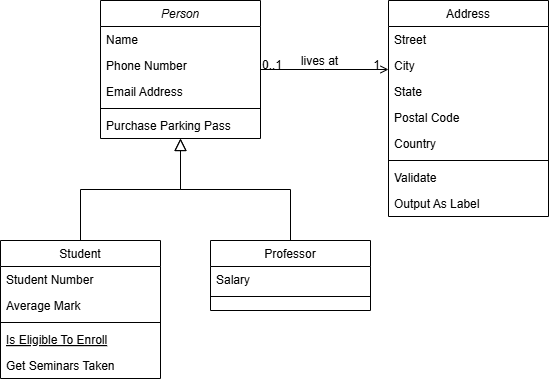
Earlier version of the draw.io export Trail.drawio.png (ravisankargv96/1.SpringWebApp). Source tidied: cells renumbered, new cells last; positions are measured from the earlier drawing's top-left corner, leaving out a move shared by most shapes.
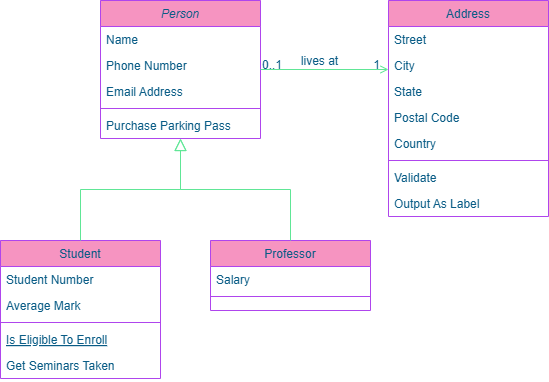
The same diagram one commit later.

Change to the diagram source:
```diff
@@ -2,100 +2,100 @@
   <root>
     <mxCell id="0" />
     <mxCell id="1" parent="0" />
-    <mxCell id="2" value="Person" style="swimlane;fontStyle=2;align=center;verticalAlign=top;horizontal=1;startSize=26;rounded=0;shadow=0;strokeWidth=1;" parent="1" vertex="1">
+    <mxCell id="2" value="Person" style="swimlane;fontStyle=2;align=center;verticalAlign=top;horizontal=1;startSize=26;rounded=0;shadow=0;strokeWidth=1;labelBackgroundColor=none;fillColor=#F694C1;strokeColor=#AF45ED;fontColor=#095C86;" parent="1" vertex="1">
       <mxGeometry x="100" width="160" height="138" as="geometry" />
     </mxCell>
-    <mxCell id="3" value="Name" style="text;align=left;verticalAlign=top;spacingLeft=4;spacingRight=4;overflow=hidden;" parent="2" vertex="1">
+    <mxCell id="3" value="Name" style="text;align=left;verticalAlign=top;spacingLeft=4;spacingRight=4;overflow=hidden;labelBackgroundColor=none;fontColor=#095C86;" parent="2" vertex="1">
       <mxGeometry y="26" width="160" height="26" as="geometry" />
     </mxCell>
-    <mxCell id="4" value="Phone Number" style="text;align=left;verticalAlign=top;spacingLeft=4;spacingRight=4;overflow=hidden;rounded=0;shadow=0;html=0;" parent="2" vertex="1">
+    <mxCell id="4" value="Phone Number" style="text;align=left;verticalAlign=top;spacingLeft=4;spacingRight=4;overflow=hidden;rounded=0;shadow=0;html=0;labelBackgroundColor=none;fontColor=#095C86;" parent="2" vertex="1">
       <mxGeometry y="52" width="160" height="26" as="geometry" />
     </mxCell>
-    <mxCell id="5" value="Email Address" style="text;align=left;verticalAlign=top;spacingLeft=4;spacingRight=4;overflow=hidden;rounded=0;shadow=0;html=0;" parent="2" vertex="1">
+    <mxCell id="5" value="Email Address" style="text;align=left;verticalAlign=top;spacingLeft=4;spacingRight=4;overflow=hidden;rounded=0;shadow=0;html=0;labelBackgroundColor=none;fontColor=#095C86;" parent="2" vertex="1">
       <mxGeometry y="78" width="160" height="26" as="geometry" />
     </mxCell>
-    <mxCell id="6" style="line;html=1;strokeWidth=1;align=left;verticalAlign=middle;spacingTop=-1;spacingLeft=3;spacingRight=3;labelPosition=right;" parent="2" vertex="1">
+    <mxCell id="6" style="line;html=1;strokeWidth=1;align=left;verticalAlign=middle;spacingTop=-1;spacingLeft=3;spacingRight=3;labelPosition=right;labelBackgroundColor=none;fillColor=#F694C1;strokeColor=#AF45ED;fontColor=#095C86;" parent="2" vertex="1">
       <mxGeometry y="104" width="160" height="8" as="geometry" />
     </mxCell>
-    <mxCell id="7" value="Purchase Parking Pass" style="text;align=left;verticalAlign=top;spacingLeft=4;spacingRight=4;overflow=hidden;" parent="2" vertex="1">
+    <mxCell id="7" value="Purchase Parking Pass" style="text;align=left;verticalAlign=top;spacingLeft=4;spacingRight=4;overflow=hidden;labelBackgroundColor=none;fontColor=#095C86;" parent="2" vertex="1">
       <mxGeometry y="112" width="160" height="26" as="geometry" />
     </mxCell>
-    <mxCell id="8" value="Student" style="swimlane;fontStyle=0;align=center;verticalAlign=top;horizontal=1;startSize=26;rounded=0;shadow=0;strokeWidth=1;" parent="1" vertex="1">
+    <mxCell id="8" value="Student" style="swimlane;fontStyle=0;align=center;verticalAlign=top;horizontal=1;startSize=26;rounded=0;shadow=0;strokeWidth=1;labelBackgroundColor=none;fillColor=#F694C1;strokeColor=#AF45ED;fontColor=#095C86;" parent="1" vertex="1">
       <mxGeometry y="240" width="160" height="138" as="geometry" />
     </mxCell>
-    <mxCell id="9" value="Student Number" style="text;align=left;verticalAlign=top;spacingLeft=4;spacingRight=4;overflow=hidden;" parent="8" vertex="1">
+    <mxCell id="9" value="Student Number" style="text;align=left;verticalAlign=top;spacingLeft=4;spacingRight=4;overflow=hidden;labelBackgroundColor=none;fontColor=#095C86;" parent="8" vertex="1">
       <mxGeometry y="26" width="160" height="26" as="geometry" />
     </mxCell>
-    <mxCell id="10" value="Average Mark" style="text;align=left;verticalAlign=top;spacingLeft=4;spacingRight=4;overflow=hidden;rounded=0;shadow=0;html=0;" parent="8" vertex="1">
+    <mxCell id="10" value="Average Mark" style="text;align=left;verticalAlign=top;spacingLeft=4;spacingRight=4;overflow=hidden;rounded=0;shadow=0;html=0;labelBackgroundColor=none;fontColor=#095C86;" parent="8" vertex="1">
       <mxGeometry y="52" width="160" height="26" as="geometry" />
     </mxCell>
-    <mxCell id="11" style="line;html=1;strokeWidth=1;align=left;verticalAlign=middle;spacingTop=-1;spacingLeft=3;spacingRight=3;labelPosition=right;" parent="8" vertex="1">
+    <mxCell id="11" style="line;html=1;strokeWidth=1;align=left;verticalAlign=middle;spacingTop=-1;spacingLeft=3;spacingRight=3;labelPosition=right;labelBackgroundColor=none;fillColor=#F694C1;strokeColor=#AF45ED;fontColor=#095C86;" parent="8" vertex="1">
       <mxGeometry y="78" width="160" height="8" as="geometry" />
     </mxCell>
-    <mxCell id="12" value="Is Eligible To Enroll" style="text;align=left;verticalAlign=top;spacingLeft=4;spacingRight=4;overflow=hidden;fontStyle=4;" parent="8" vertex="1">
+    <mxCell id="12" value="Is Eligible To Enroll" style="text;align=left;verticalAlign=top;spacingLeft=4;spacingRight=4;overflow=hidden;fontStyle=4;labelBackgroundColor=none;fontColor=#095C86;" parent="8" vertex="1">
       <mxGeometry y="86" width="160" height="26" as="geometry" />
     </mxCell>
-    <mxCell id="13" value="Get Seminars Taken" style="text;align=left;verticalAlign=top;spacingLeft=4;spacingRight=4;overflow=hidden;" parent="8" vertex="1">
+    <mxCell id="13" value="Get Seminars Taken" style="text;align=left;verticalAlign=top;spacingLeft=4;spacingRight=4;overflow=hidden;labelBackgroundColor=none;fontColor=#095C86;" parent="8" vertex="1">
       <mxGeometry y="112" width="160" height="26" as="geometry" />
     </mxCell>
-    <mxCell id="14" style="endArrow=block;endSize=10;endFill=0;shadow=0;strokeWidth=1;rounded=0;curved=0;edgeStyle=elbowEdgeStyle;elbow=vertical;" parent="1" edge="1" source="8" target="2">
+    <mxCell id="14" style="endArrow=block;endSize=10;endFill=0;shadow=0;strokeWidth=1;rounded=0;curved=0;edgeStyle=elbowEdgeStyle;elbow=vertical;labelBackgroundColor=none;strokeColor=#60E696;fontColor=default;" parent="1" edge="1" source="8" target="2">
       <mxGeometry relative="1" as="geometry" />
     </mxCell>
-    <mxCell id="15" value="Professor" style="swimlane;fontStyle=0;align=center;verticalAlign=top;horizontal=1;startSize=26;rounded=0;shadow=0;strokeWidth=1;" parent="1" vertex="1">
+    <mxCell id="15" value="Professor" style="swimlane;fontStyle=0;align=center;verticalAlign=top;horizontal=1;startSize=26;rounded=0;shadow=0;strokeWidth=1;labelBackgroundColor=none;fillColor=#F694C1;strokeColor=#AF45ED;fontColor=#095C86;" parent="1" vertex="1">
       <mxGeometry x="210" y="240" width="160" height="70" as="geometry" />
     </mxCell>
-    <mxCell id="16" value="Salary" style="text;align=left;verticalAlign=top;spacingLeft=4;spacingRight=4;overflow=hidden;" parent="15" vertex="1">
+    <mxCell id="16" value="Salary" style="text;align=left;verticalAlign=top;spacingLeft=4;spacingRight=4;overflow=hidden;labelBackgroundColor=none;fontColor=#095C86;" parent="15" vertex="1">
       <mxGeometry y="26" width="160" height="26" as="geometry" />
     </mxCell>
-    <mxCell id="17" style="line;html=1;strokeWidth=1;align=left;verticalAlign=middle;spacingTop=-1;spacingLeft=3;spacingRight=3;labelPosition=right;" parent="15" vertex="1">
+    <mxCell id="17" style="line;html=1;strokeWidth=1;align=left;verticalAlign=middle;spacingTop=-1;spacingLeft=3;spacingRight=3;labelPosition=right;labelBackgroundColor=none;fillColor=#F694C1;strokeColor=#AF45ED;fontColor=#095C86;" parent="15" vertex="1">
       <mxGeometry y="52" width="160" height="8" as="geometry" />
     </mxCell>
-    <mxCell id="18" style="endArrow=block;endSize=10;endFill=0;shadow=0;strokeWidth=1;rounded=0;curved=0;edgeStyle=elbowEdgeStyle;elbow=vertical;" parent="1" edge="1" source="15" target="2">
+    <mxCell id="18" style="endArrow=block;endSize=10;endFill=0;shadow=0;strokeWidth=1;rounded=0;curved=0;edgeStyle=elbowEdgeStyle;elbow=vertical;labelBackgroundColor=none;strokeColor=#60E696;fontColor=default;" parent="1" edge="1" source="15" target="2">
       <mxGeometry relative="1" as="geometry" />
     </mxCell>
-    <mxCell id="19" value="Address" style="swimlane;fontStyle=0;align=center;verticalAlign=top;horizontal=1;startSize=26;rounded=0;shadow=0;strokeWidth=1;" parent="1" vertex="1">
+    <mxCell id="19" value="Address" style="swimlane;fontStyle=0;align=center;verticalAlign=top;horizontal=1;startSize=26;rounded=0;shadow=0;strokeWidth=1;labelBackgroundColor=none;fillColor=#F694C1;strokeColor=#AF45ED;fontColor=#095C86;" parent="1" vertex="1">
       <mxGeometry x="388" width="160" height="216" as="geometry" />
     </mxCell>
-    <mxCell id="20" value="Street" style="text;align=left;verticalAlign=top;spacingLeft=4;spacingRight=4;overflow=hidden;" parent="19" vertex="1">
+    <mxCell id="20" value="Street" style="text;align=left;verticalAlign=top;spacingLeft=4;spacingRight=4;overflow=hidden;labelBackgroundColor=none;fontColor=#095C86;" parent="19" vertex="1">
       <mxGeometry y="26" width="160" height="26" as="geometry" />
     </mxCell>
-    <mxCell id="21" value="City" style="text;align=left;verticalAlign=top;spacingLeft=4;spacingRight=4;overflow=hidden;rounded=0;shadow=0;html=0;" parent="19" vertex="1">
+    <mxCell id="21" value="City" style="text;align=left;verticalAlign=top;spacingLeft=4;spacingRight=4;overflow=hidden;rounded=0;shadow=0;html=0;labelBackgroundColor=none;fontColor=#095C86;" parent="19" vertex="1">
       <mxGeometry y="52" width="160" height="26" as="geometry" />
     </mxCell>
-    <mxCell id="22" value="State" style="text;align=left;verticalAlign=top;spacingLeft=4;spacingRight=4;overflow=hidden;rounded=0;shadow=0;html=0;" parent="19" vertex="1">
+    <mxCell id="22" value="State" style="text;align=left;verticalAlign=top;spacingLeft=4;spacingRight=4;overflow=hidden;rounded=0;shadow=0;html=0;labelBackgroundColor=none;fontColor=#095C86;" parent="19" vertex="1">
       <mxGeometry y="78" width="160" height="26" as="geometry" />
     </mxCell>
-    <mxCell id="23" value="Postal Code" style="text;align=left;verticalAlign=top;spacingLeft=4;spacingRight=4;overflow=hidden;rounded=0;shadow=0;html=0;" parent="19" vertex="1">
+    <mxCell id="23" value="Postal Code" style="text;align=left;verticalAlign=top;spacingLeft=4;spacingRight=4;overflow=hidden;rounded=0;shadow=0;html=0;labelBackgroundColor=none;fontColor=#095C86;" parent="19" vertex="1">
       <mxGeometry y="104" width="160" height="26" as="geometry" />
     </mxCell>
-    <mxCell id="24" value="Country" style="text;align=left;verticalAlign=top;spacingLeft=4;spacingRight=4;overflow=hidden;rounded=0;shadow=0;html=0;" parent="19" vertex="1">
+    <mxCell id="24" value="Country" style="text;align=left;verticalAlign=top;spacingLeft=4;spacingRight=4;overflow=hidden;rounded=0;shadow=0;html=0;labelBackgroundColor=none;fontColor=#095C86;" parent="19" vertex="1">
       <mxGeometry y="130" width="160" height="26" as="geometry" />
     </mxCell>
-    <mxCell id="25" style="line;html=1;strokeWidth=1;align=left;verticalAlign=middle;spacingTop=-1;spacingLeft=3;spacingRight=3;labelPosition=right;" parent="19" vertex="1">
+    <mxCell id="25" style="line;html=1;strokeWidth=1;align=left;verticalAlign=middle;spacingTop=-1;spacingLeft=3;spacingRight=3;labelPosition=right;labelBackgroundColor=none;fillColor=#F694C1;strokeColor=#AF45ED;fontColor=#095C86;" parent="19" vertex="1">
       <mxGeometry y="156" width="160" height="8" as="geometry" />
     </mxCell>
-    <mxCell id="26" value="Validate" style="text;align=left;verticalAlign=top;spacingLeft=4;spacingRight=4;overflow=hidden;" parent="19" vertex="1">
+    <mxCell id="26" value="Validate" style="text;align=left;verticalAlign=top;spacingLeft=4;spacingRight=4;overflow=hidden;labelBackgroundColor=none;fontColor=#095C86;" parent="19" vertex="1">
       <mxGeometry y="164" width="160" height="26" as="geometry" />
     </mxCell>
-    <mxCell id="27" value="Output As Label" style="text;align=left;verticalAlign=top;spacingLeft=4;spacingRight=4;overflow=hidden;" parent="19" vertex="1">
+    <mxCell id="27" value="Output As Label" style="text;align=left;verticalAlign=top;spacingLeft=4;spacingRight=4;overflow=hidden;labelBackgroundColor=none;fontColor=#095C86;" parent="19" vertex="1">
       <mxGeometry y="190" width="160" height="26" as="geometry" />
     </mxCell>
-    <mxCell id="28" style="endArrow=open;shadow=0;strokeWidth=1;rounded=0;curved=0;endFill=1;edgeStyle=elbowEdgeStyle;elbow=vertical;" parent="1" edge="1" source="2" target="19">
+    <mxCell id="28" style="endArrow=open;shadow=0;strokeWidth=1;rounded=0;curved=0;endFill=1;edgeStyle=elbowEdgeStyle;elbow=vertical;labelBackgroundColor=none;strokeColor=#60E696;fontColor=default;" parent="1" edge="1" source="2" target="19">
       <mxGeometry x="0.5" y="41" relative="1" as="geometry">
         <mxPoint x="-40" y="32" as="offset" />
       </mxGeometry>
     </mxCell>
-    <mxCell id="29" value="0..1" style="align=left;verticalAlign=bottom;labelBackgroundColor=none;fontSize=12;" parent="28" vertex="1">
+    <mxCell id="29" value="0..1" style="align=left;verticalAlign=bottom;labelBackgroundColor=none;fontSize=12;fillColor=#F694C1;strokeColor=#AF45ED;fontColor=#095C86;" parent="28" vertex="1">
       <mxGeometry x="-1" relative="1" as="geometry">
         <mxPoint y="4" as="offset" />
       </mxGeometry>
     </mxCell>
-    <mxCell id="30" value="1" style="align=right;verticalAlign=bottom;labelBackgroundColor=none;fontSize=12;" parent="28" vertex="1">
+    <mxCell id="30" value="1" style="align=right;verticalAlign=bottom;labelBackgroundColor=none;fontSize=12;fillColor=#F694C1;strokeColor=#AF45ED;fontColor=#095C86;" parent="28" vertex="1">
       <mxGeometry x="1" relative="1" as="geometry">
         <mxPoint x="-7" y="4" as="offset" />
       </mxGeometry>
     </mxCell>
-    <mxCell id="31" value="lives at" style="text;html=1;align=center;verticalAlign=middle;labelBackgroundColor=none;rounded=0;shadow=0;strokeWidth=1;fontSize=12;" parent="28" vertex="1">
+    <mxCell id="31" value="lives at" style="text;html=1;align=center;verticalAlign=middle;labelBackgroundColor=none;rounded=0;shadow=0;strokeWidth=1;fontSize=12;fontColor=#095C86;" parent="28" vertex="1">
       <mxGeometry x="0.5" y="49" relative="1" as="geometry">
         <mxPoint x="-38" y="40" as="offset" />
       </mxGeometry>
```
